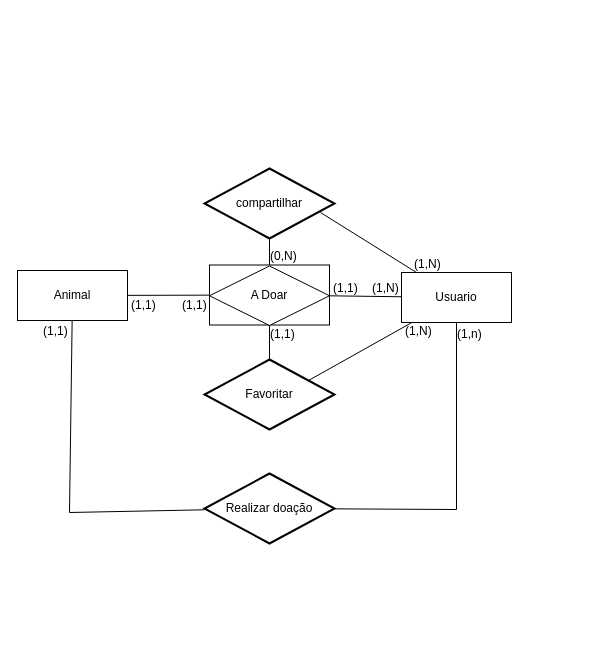
The draw.io diagram Diagrama DER.drawio in JoaoGans/DRAW.tcc, before the edit. Source tidied: cells renumbered, new cells numbered last; positions are measured from the earlier drawing's top-left corner, leaving out a move shared by most shapes. Both pictures are drawn from the tidied source at 100%, with x=0, y=0 at pixel (17, 17).
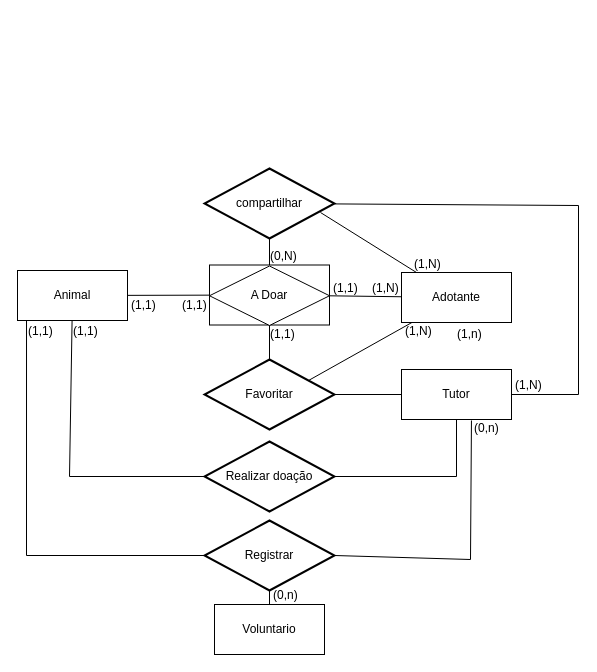
The same page after the edit.

Unchanged cells that the change refers to:
```xml
<mxCell id="2" value="Animal" style="html=1;whiteSpace=wrap;" parent="1" vertex="1">
  <mxGeometry y="253" width="110" height="50" as="geometry" />
</mxCell>
<mxCell id="12" value="compartilhar" style="strokeWidth=2;html=1;shape=mxgraph.flowchart.decision;whiteSpace=wrap;" parent="1" vertex="1">
  <mxGeometry x="187" y="151" width="130" height="70" as="geometry" />
</mxCell>
<mxCell id="13" value="Favoritar" style="strokeWidth=2;html=1;shape=mxgraph.flowchart.decision;whiteSpace=wrap;" parent="1" vertex="1">
  <mxGeometry x="187" y="342" width="130" height="70" as="geometry" />
</mxCell>
```

The edit, as a diff of the source:
```diff
@@
-    <mxCell id="3" value="Usuario" style="html=1;whiteSpace=wrap;" parent="1" vertex="1">
+    <mxCell id="3" value="Adotante" style="html=1;whiteSpace=wrap;" parent="1" vertex="1">
       <mxGeometry x="384" y="255" width="110" height="50" as="geometry" />
     </mxCell>
     <mxCell id="4" style="endArrow=none;html=1;rounded=0;" parent="1" edge="1" source="2" target="5">
       <mxGeometry relative="1" as="geometry">
         <Array as="points">
-          <mxPoint x="52" y="495" />
+          <mxPoint x="52" y="459" />
         </Array>
       </mxGeometry>
     </mxCell>
     <mxCell id="5" value="Realizar doação" style="strokeWidth=2;html=1;shape=mxgraph.flowchart.decision;whiteSpace=wrap;" parent="1" vertex="1">
-      <mxGeometry x="187" y="456" width="130" height="70" as="geometry" />
+      <mxGeometry x="187" y="424" width="130" height="70" as="geometry" />
     </mxCell>
-    <mxCell id="6" style="endArrow=none;html=1;rounded=0;" parent="1" edge="1" source="3" target="5">
+    <mxCell id="6" style="endArrow=none;html=1;rounded=0;" parent="1" edge="1" source="29" target="5">
       <mxGeometry relative="1" as="geometry">
         <Array as="points">
-          <mxPoint x="439" y="492" />
+          <mxPoint x="439" y="459" />
         </Array>
       </mxGeometry>
     </mxCell>
     <mxCell id="7" value="(1,1)" style="text;whiteSpace=wrap;html=1;" parent="1" vertex="1">
-      <mxGeometry x="24" y="300" width="53" height="36" as="geometry" />
+      <mxGeometry x="54" y="300" width="53" height="36" as="geometry" />
     </mxCell>
@@
+    <mxCell id="28" value="Voluntario" style="html=1;whiteSpace=wrap;" parent="1" vertex="1">
+      <mxGeometry x="197" y="587" width="110" height="50" as="geometry" />
+    </mxCell>
+    <mxCell id="29" value="Tutor" style="html=1;whiteSpace=wrap;" parent="1" vertex="1">
+      <mxGeometry x="384" y="352" width="110" height="50" as="geometry" />
+    </mxCell>
+    <mxCell id="30" style="endArrow=none;html=1;rounded=0;" parent="1" edge="1" source="29" target="13">
+      <mxGeometry relative="1" as="geometry" />
+    </mxCell>
+    <mxCell id="31" style="endArrow=none;html=1;rounded=0;" parent="1" edge="1" source="29" target="12">
+      <mxGeometry relative="1" as="geometry">
+        <Array as="points">
+          <mxPoint x="561" y="377" />
+          <mxPoint x="561" y="188" />
+        </Array>
+      </mxGeometry>
+    </mxCell>
+    <mxCell id="32" value="Registrar" style="strokeWidth=2;html=1;shape=mxgraph.flowchart.decision;whiteSpace=wrap;" parent="1" vertex="1">
+      <mxGeometry x="187" y="503" width="130" height="70" as="geometry" />
+    </mxCell>
+    <mxCell id="33" style="endArrow=none;html=1;rounded=0;entryX=0.636;entryY=1.02;entryDx=0;entryDy=0;exitX=1;exitY=0.5;exitDx=0;exitDy=0;exitPerimeter=0;entryPerimeter=0;" parent="1" edge="1" source="32" target="29">
+      <mxGeometry relative="1" as="geometry">
+        <Array as="points">
+          <mxPoint x="453" y="542" />
+        </Array>
+      </mxGeometry>
+    </mxCell>
+    <mxCell id="34" style="endArrow=none;html=1;rounded=0;exitX=0.082;exitY=1;exitDx=0;exitDy=0;exitPerimeter=0;" parent="1" edge="1" source="2" target="32">
+      <mxGeometry relative="1" as="geometry">
+        <Array as="points">
+          <mxPoint x="9" y="538" />
+        </Array>
+      </mxGeometry>
+    </mxCell>
+    <mxCell id="35" style="endArrow=none;html=1;rounded=0;" parent="1" edge="1" source="28" target="32">
+      <mxGeometry relative="1" as="geometry" />
+    </mxCell>
+    <mxCell id="36" value="(0,n)" style="text;whiteSpace=wrap;html=1;" parent="1" vertex="1">
+      <mxGeometry x="254" y="564" width="53" height="36" as="geometry" />
+    </mxCell>
+    <mxCell id="37" value="(0,n)" style="text;whiteSpace=wrap;html=1;" parent="1" vertex="1">
+      <mxGeometry x="455" y="397" width="53" height="36" as="geometry" />
+    </mxCell>
+    <mxCell id="38" value="(1,1)" style="text;whiteSpace=wrap;html=1;" parent="1" vertex="1">
+      <mxGeometry x="9" y="300" width="53" height="36" as="geometry" />
+    </mxCell>
+    <mxCell id="39" value="(1,N)" style="text;whiteSpace=wrap;html=1;" parent="1" vertex="1">
+      <mxGeometry x="496" y="354" width="55" height="36" as="geometry" />
+    </mxCell>
```
